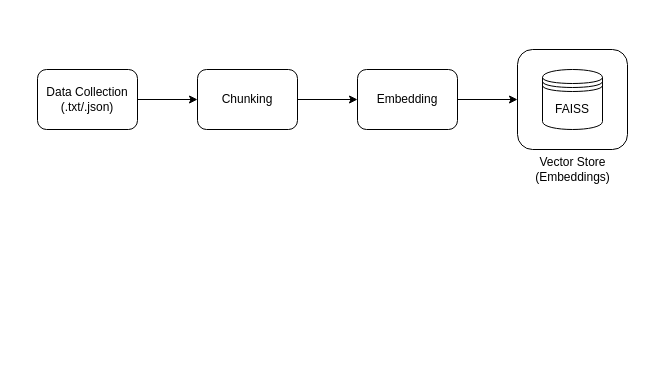
This is resources/context-workflow.drawio from ns-krishnakodali/veritas-ai, a draw.io file, before an edit. Source tidied: cells renumbered, new cells numbered last; positions are measured from the earlier drawing's top-left corner, leaving out a move shared by most shapes. Both pictures are drawn from the tidied source at 100%, with x=0, y=0 at pixel (37, 49). Pictures stored in the file or linked from it are replaced by grey dashed boxes.
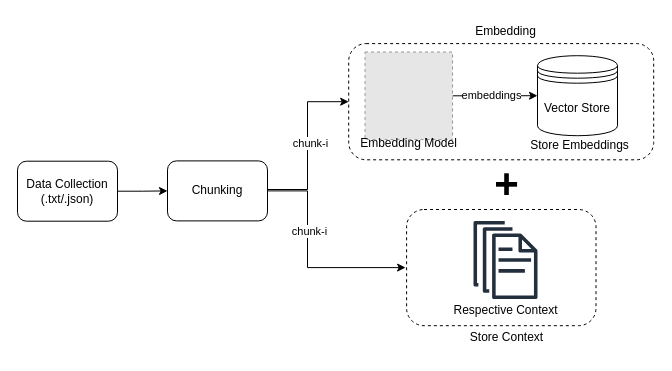
The same page after the edit.

Commit message (it also covers changes not shown here):
docs: Add README and workflow diagrams

The edit, as a diff of the source:
```diff
@@
+    <mxCell id="11" style="rounded=1;whiteSpace=wrap;html=1;dashed=1;" parent="1" vertex="1">
+      <mxGeometry x="311.2" y="-5.9" width="305" height="116.2" as="geometry" />
+    </mxCell>
@@
     <mxCell id="3" value="Data Collection&lt;br&gt;(.txt/.json)" style="rounded=1;whiteSpace=wrap;html=1;" parent="1" vertex="1">
-      <mxGeometry y="20" width="100" height="60" as="geometry" />
+      <mxGeometry x="-20" y="111.7" width="100" height="60" as="geometry" />
     </mxCell>
-    <mxCell id="4" style="edgeStyle=orthogonalEdgeStyle;rounded=0;jettySize=auto;html=1;entryX=0;entryY=0.5;entryDx=0;entryDy=0;" parent="1" edge="1" source="5" target="7">
-      <mxGeometry relative="1" as="geometry" />
-    </mxCell>
+    <mxCell id="12" style="edgeStyle=orthogonalEdgeStyle;rounded=0;jettySize=auto;html=1;entryX=0;entryY=0.5;entryDx=0;entryDy=0;" parent="1" edge="1" source="5" target="11">
+      <mxGeometry relative="1" as="geometry">
+        <Array as="points">
+          <mxPoint x="270" y="140" />
+          <mxPoint x="270" y="52" />
+        </Array>
+      </mxGeometry>
+    </mxCell>
+    <mxCell id="13" value="chunk-i" style="edgeLabel;html=1;align=center;verticalAlign=middle;" parent="12" vertex="1">
+      <mxGeometry x="0.02" y="-2" relative="1" as="geometry">
+        <mxPoint y="-1" as="offset" />
+      </mxGeometry>
+    </mxCell>
+    <mxCell id="14" style="edgeStyle=orthogonalEdgeStyle;rounded=0;orthogonalLoop=1;jettySize=auto;html=1;entryX=0;entryY=0.5;entryDx=0;entryDy=0;" parent="1" edge="1">
+      <mxGeometry relative="1" as="geometry">
+        <mxPoint x="230" y="141.4" as="sourcePoint" />
+        <mxPoint x="368.1" y="218.1" as="targetPoint" />
+        <Array as="points">
+          <mxPoint x="270" y="141" />
+          <mxPoint x="270" y="218" />
+        </Array>
+      </mxGeometry>
+    </mxCell>
+    <mxCell id="15" value="chunk-i" style="edgeLabel;html=1;align=center;verticalAlign=middle;" parent="14" vertex="1">
+      <mxGeometry x="-0.31" y="1" relative="1" as="geometry">
+        <mxPoint y="6" as="offset" />
+      </mxGeometry>
+    </mxCell>
     <mxCell id="5" value="Chunking" style="rounded=1;whiteSpace=wrap;html=1;" parent="1" vertex="1">
-      <mxGeometry x="160" y="20" width="100" height="60" as="geometry" />
+      <mxGeometry x="130" y="111.4" width="100" height="60" as="geometry" />
     </mxCell>
-    <mxCell id="6" style="edgeStyle=orthogonalEdgeStyle;rounded=0;jettySize=auto;html=1;entryX=0;entryY=0.5;entryDx=0;entryDy=0;" parent="1" edge="1" source="7" target="8">
-      <mxGeometry relative="1" as="geometry" />
-    </mxCell>
+    <mxCell id="16" style="rounded=1;whiteSpace=wrap;html=1;" parent="1" vertex="1">
+      <mxGeometry x="331.2" y="13.1" width="80" height="66.2" as="geometry" />
+    </mxCell>
+    <mxCell id="17" style="edgeStyle=orthogonalEdgeStyle;rounded=0;jettySize=auto;html=1;entryX=0;entryY=0.5;entryDx=0;entryDy=0;" parent="1" edge="1" source="19" target="21">
+      <mxGeometry relative="1" as="geometry" />
+    </mxCell>
+    <mxCell id="18" value="embeddings" style="edgeLabel;html=1;align=center;verticalAlign=middle;" parent="17" vertex="1">
+      <mxGeometry x="0.05" y="-3" relative="1" as="geometry">
+        <mxPoint x="-6" y="-4" as="offset" />
+      </mxGeometry>
+    </mxCell>
+    <mxCell id="19" style="fillColor=#E6E6E6;strokeColor=#999999;dashed=1;verticalLabelPosition=bottom;labelBackgroundColor=default;verticalAlign=top;" parent="1" vertex="1">
+      <mxGeometry x="327.5" y="2.5" width="87.5" height="87.5" as="geometry" />
+    </mxCell>
+    <mxCell id="20" value="Embedding Model" style="text;html=1;align=center;verticalAlign=middle;strokeColor=none;fillColor=none;" parent="1" vertex="1">
+      <mxGeometry x="311.2" y="79.4" width="120" height="30" as="geometry" />
+    </mxCell>
+    <mxCell id="21" value="Vector&amp;nbsp;&lt;span style=&quot;background-color: transparent; color: light-dark(rgb(0, 0, 0), rgb(255, 255, 255));&quot;&gt;Store&lt;/span&gt;" style="shape=datastore;whiteSpace=wrap;html=1;" parent="1" vertex="1">
+      <mxGeometry x="500" y="6.2" width="80" height="80" as="geometry" />
+    </mxCell>
+    <mxCell id="22" value="Store Embeddings" style="text;html=1;align=center;verticalAlign=middle;strokeColor=none;fillColor=none;" parent="1" vertex="1">
+      <mxGeometry x="482" y="81.4" width="120" height="30" as="geometry" />
+    </mxCell>
+    <mxCell id="23" style="rounded=1;whiteSpace=wrap;html=1;dashed=1;" parent="1" vertex="1">
+      <mxGeometry x="369.1" y="160" width="189.4" height="116.2" as="geometry" />
+    </mxCell>
+    <mxCell id="24" style="sketch=0;fontColor=#232F3E;gradientColor=none;fillColor=#232F3D;strokeColor=none;dashed=0;verticalLabelPosition=bottom;verticalAlign=top;align=center;html=1;fontSize=12;fontStyle=0;shape=mxgraph.aws4.documents;" parent="1" vertex="1">
+      <mxGeometry x="436" y="171.5" width="64" height="78" as="geometry" />
+    </mxCell>
+    <mxCell id="25" value="Respective Context" style="text;html=1;align=center;verticalAlign=middle;strokeColor=none;fillColor=none;" parent="1" vertex="1">
+      <mxGeometry x="403" y="246.2" width="130" height="30" as="geometry" />
+    </mxCell>
+    <mxCell id="26" value="&lt;b&gt;&lt;font style=&quot;font-size: 42px;&quot;&gt;+&lt;/font&gt;&lt;/b&gt;" style="text;html=1;align=center;verticalAlign=middle;strokeColor=none;fillColor=none;" parent="1" vertex="1">
+      <mxGeometry x="444" y="105.4" width="50" height="60" as="geometry" />
+    </mxCell>
-    <mxCell id="7" value="Embedding" style="rounded=1;whiteSpace=wrap;html=1;" parent="1" vertex="1">
-      <mxGeometry x="320" y="20" width="100" height="60" as="geometry" />
+    <mxCell id="7" value="Embedding" style="text;html=1;align=center;verticalAlign=middle;points=[];strokeColor=none;fillColor=none;" parent="1" vertex="1">
+      <mxGeometry x="428" y="-32.9" width="80" height="30" as="geometry" />
     </mxCell>
-    <mxCell id="8" style="rounded=1;whiteSpace=wrap;html=1;" parent="1" vertex="1">
-      <mxGeometry x="480" width="110" height="100" as="geometry" />
-    </mxCell>
-    <mxCell id="9" value="FAISS" style="shape=datastore;whiteSpace=wrap;html=1;" parent="1" vertex="1">
-      <mxGeometry x="505" y="20" width="60" height="60" as="geometry" />
-    </mxCell>
-    <mxCell id="10" value="&lt;span style=&quot;text-wrap-mode: wrap;&quot;&gt;Vector Store&lt;/span&gt;&lt;br style=&quot;text-wrap-mode: wrap;&quot;&gt;&lt;span style=&quot;text-wrap-mode: wrap;&quot;&gt;(Embeddings)&lt;/span&gt;" style="text;html=1;align=center;verticalAlign=middle;strokeColor=none;fillColor=none;" parent="1" vertex="1">
-      <mxGeometry x="485" y="100" width="100" height="40" as="geometry" />
-    </mxCell>
+    <mxCell id="27" value="Store Context" style="text;html=1;align=center;verticalAlign=middle;strokeColor=none;fillColor=none;" parent="1" vertex="1">
+      <mxGeometry x="419" y="273.2" width="100" height="30" as="geometry" />
+    </mxCell>
```
